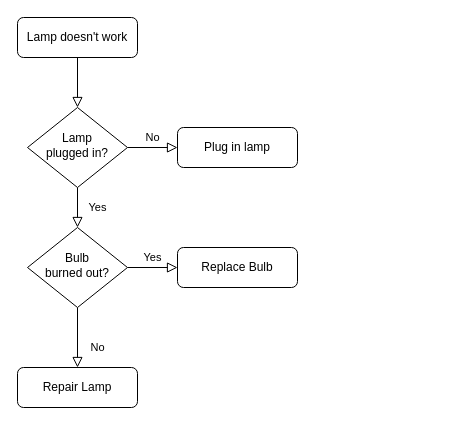
This is Diagrama sem nome.drawio from 20230125-frist-try-to-consolidate/put-game, a draw.io file, before an edit. Source tidied: cells renumbered, new cells numbered last; positions are measured from the earlier drawing's top-left corner, leaving out a move shared by most shapes. Both pictures are drawn from the tidied source at 100%, with x=0, y=0 at pixel (17, 17).
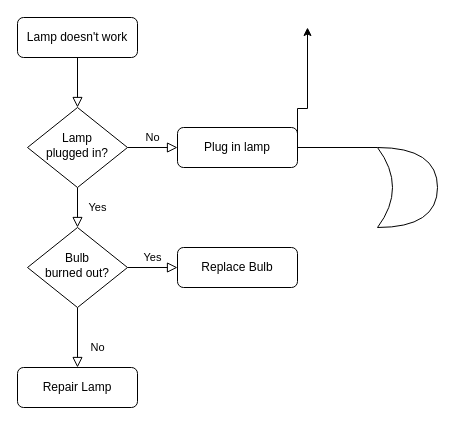
Above is the later version.

What changed in the source:
```diff
@@
 <mxGraphModel>
   <root>
     <mxCell id="0" />
     <mxCell id="1" parent="0" />
     <mxCell id="2" style="rounded=0;html=1;jettySize=auto;fontSize=11;endArrow=block;endFill=0;endSize=8;strokeWidth=1;shadow=0;labelBackgroundColor=none;edgeStyle=orthogonalEdgeStyle;" parent="1" edge="1" source="3" target="6">
       <mxGeometry relative="1" as="geometry" />
     </mxCell>
     <mxCell id="3" value="Lamp doesn't work" style="rounded=1;whiteSpace=wrap;html=1;fontSize=12;glass=0;strokeWidth=1;shadow=0;" parent="1" vertex="1">
       <mxGeometry width="120" height="40" as="geometry" />
     </mxCell>
     <mxCell id="4" value="Yes" style="rounded=0;html=1;jettySize=auto;fontSize=11;endArrow=block;endFill=0;endSize=8;strokeWidth=1;shadow=0;labelBackgroundColor=none;edgeStyle=orthogonalEdgeStyle;" parent="1" edge="1" source="6" target="10">
       <mxGeometry y="20" relative="1" as="geometry" />
     </mxCell>
     <mxCell id="5" value="No" style="edgeStyle=orthogonalEdgeStyle;rounded=0;html=1;jettySize=auto;fontSize=11;endArrow=block;endFill=0;endSize=8;strokeWidth=1;shadow=0;labelBackgroundColor=none;" parent="1" edge="1" source="6" target="7">
       <mxGeometry y="10" relative="1" as="geometry" />
     </mxCell>
     <mxCell id="6" value="Lamp&lt;br&gt;plugged in?" style="rhombus;whiteSpace=wrap;html=1;shadow=0;fontFamily=Helvetica;fontSize=12;align=center;strokeWidth=1;spacing=6;spacingTop=-4;" parent="1" vertex="1">
       <mxGeometry x="10" y="90" width="100" height="80" as="geometry" />
     </mxCell>
     <mxCell id="7" value="Plug in lamp" style="rounded=1;whiteSpace=wrap;html=1;fontSize=12;glass=0;strokeWidth=1;shadow=0;" parent="1" vertex="1">
       <mxGeometry x="160" y="110" width="120" height="40" as="geometry" />
     </mxCell>
     <mxCell id="8" value="No" style="rounded=0;html=1;jettySize=auto;fontSize=11;endArrow=block;endFill=0;endSize=8;strokeWidth=1;shadow=0;labelBackgroundColor=none;edgeStyle=orthogonalEdgeStyle;" parent="1" edge="1" source="10" target="11">
       <mxGeometry x="0.33" y="20" relative="1" as="geometry" />
     </mxCell>
     <mxCell id="9" value="Yes" style="edgeStyle=orthogonalEdgeStyle;rounded=0;html=1;jettySize=auto;fontSize=11;endArrow=block;endFill=0;endSize=8;strokeWidth=1;shadow=0;labelBackgroundColor=none;" parent="1" edge="1" source="10" target="12">
       <mxGeometry y="10" relative="1" as="geometry" />
     </mxCell>
     <mxCell id="10" value="Bulb&lt;br&gt;burned out?" style="rhombus;whiteSpace=wrap;html=1;shadow=0;fontFamily=Helvetica;fontSize=12;align=center;strokeWidth=1;spacing=6;spacingTop=-4;" parent="1" vertex="1">
       <mxGeometry x="10" y="210" width="100" height="80" as="geometry" />
     </mxCell>
     <mxCell id="11" value="Repair Lamp" style="rounded=1;whiteSpace=wrap;html=1;fontSize=12;glass=0;strokeWidth=1;shadow=0;" parent="1" vertex="1">
       <mxGeometry y="350" width="120" height="40" as="geometry" />
     </mxCell>
     <mxCell id="12" value="Replace Bulb" style="rounded=1;whiteSpace=wrap;html=1;fontSize=12;glass=0;strokeWidth=1;shadow=0;" parent="1" vertex="1">
       <mxGeometry x="160" y="230" width="120" height="40" as="geometry" />
     </mxCell>
+    <mxCell id="13" style="edgeStyle=orthogonalEdgeStyle;rounded=0;jettySize=auto;html=1;" parent="1" edge="1" source="14">
+      <mxGeometry relative="1" as="geometry">
+        <mxPoint x="290" y="10" as="targetPoint" />
+        <Array as="points">
+          <mxPoint x="280" y="130" />
+          <mxPoint x="280" y="91" />
+        </Array>
+      </mxGeometry>
+    </mxCell>
+    <mxCell id="14" style="shape=xor;whiteSpace=wrap;html=1;" parent="1" vertex="1">
+      <mxGeometry x="360" y="130" width="60" height="80" as="geometry" />
+    </mxCell>
   </root>
 </mxGraphModel>
```
